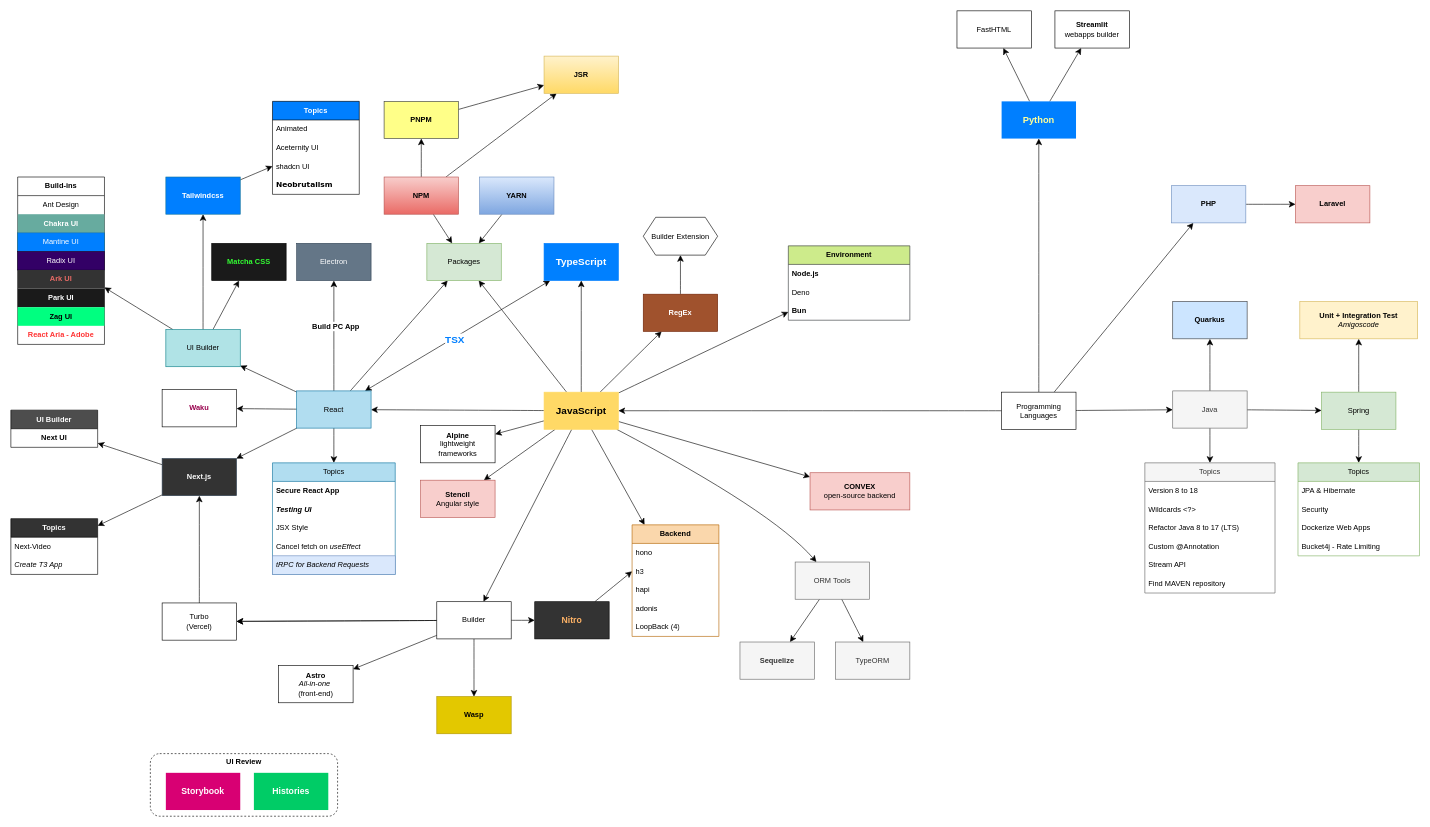
This is page "Web tech" (1 of 5) of Link_Bookmarks.drawio from sunflynf/diagram-only, a draw.io file, before an edit. Source tidied: cells renumbered, new cells numbered last; positions are measured from the earlier drawing's top-left corner, leaving out a move shared by most shapes. Both pictures are drawn from the tidied source at 62%, with x=0, y=0 at pixel (11, 11).
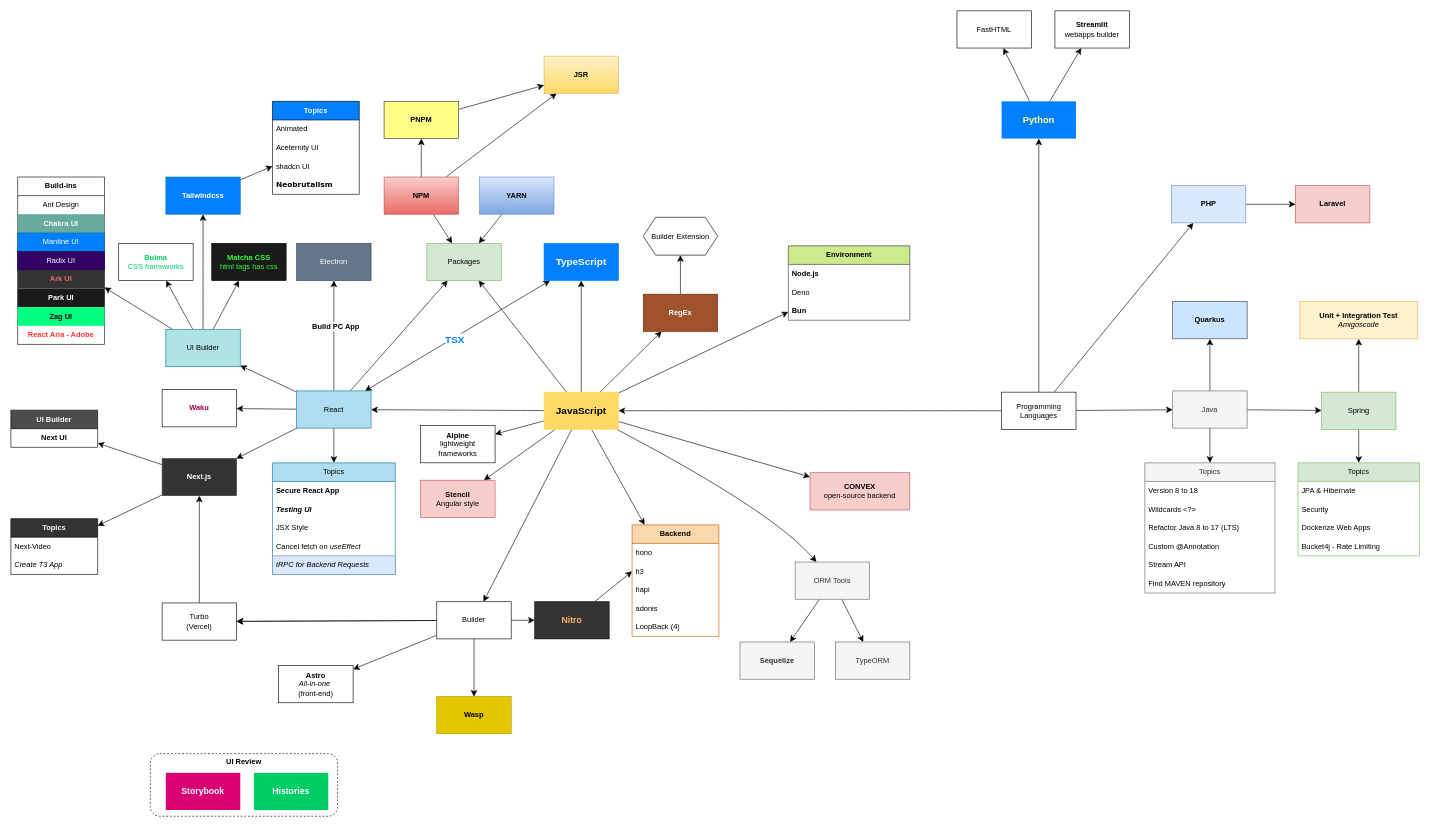
The same diagram, later.

The change refers to these unchanged cells:
```xml
<mxCell id="56" value="UI Builder" style="whiteSpace=wrap;html=1;fillColor=#b0e3e6;strokeColor=#0e8088;" parent="1" vertex="1">
  <mxGeometry x="250" y="514" width="120" height="60" as="geometry" />
</mxCell>
```

What changed in the source:
```diff
@@
+    <mxCell id="142" style="edgeStyle=none;curved=1;rounded=0;jettySize=auto;html=1;fontSize=12;startSize=8;endSize=8;" parent="1" edge="1" source="56" target="143">
+      <mxGeometry relative="1" as="geometry" />
+    </mxCell>
@@
-    <mxCell id="141" value="Matcha CSS" style="whiteSpace=wrap;html=1;fillColor=#1A1A1A;fontStyle=1;fontColor=#33FF33;" parent="1" vertex="1">
+    <mxCell id="141" value="&lt;div&gt;Matcha CSS&lt;/div&gt;&lt;span style=&quot;font-weight: normal;&quot;&gt;html tags has css&lt;/span&gt;" style="whiteSpace=wrap;html=1;fillColor=#1A1A1A;fontStyle=1;fontColor=#33FF33;" parent="1" vertex="1">
       <mxGeometry x="324" y="375" width="120" height="60" as="geometry" />
     </mxCell>
+    <mxCell id="143" value="&lt;div&gt;&lt;b&gt;Bulma&lt;/b&gt;&lt;/div&gt;&lt;div&gt;CSS frameworks&lt;br&gt;&lt;/div&gt;" style="whiteSpace=wrap;html=1;fontColor=#00CC66;" parent="1" vertex="1">
+      <mxGeometry x="174" y="375" width="120" height="60" as="geometry" />
+    </mxCell>
```
